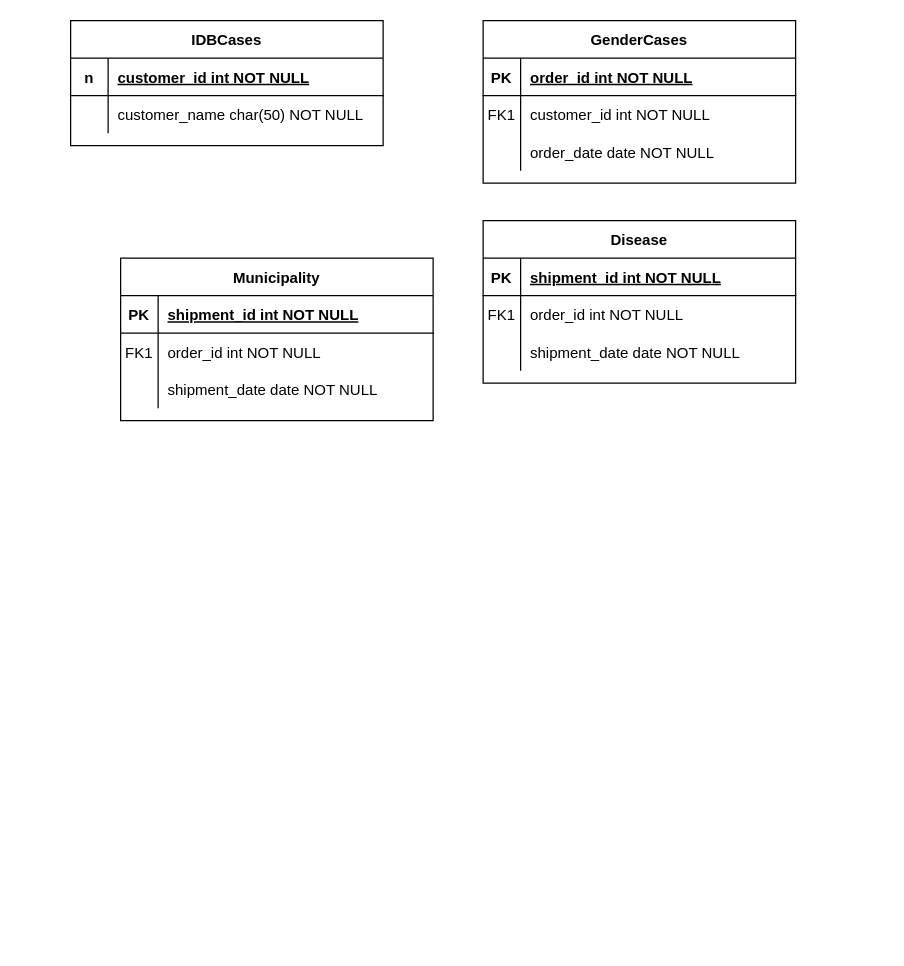
The draw.io diagram Assignment XIV - Final Project.drawio in Katt9/Database-Design-for-Information-Organizations, before the edit. Source tidied: cells renumbered, new cells numbered last; positions are measured from the earlier drawing's top-left corner, leaving out a move shared by most shapes. Both pictures are drawn from the tidied source at 125%, with x=0, y=0 at pixel (70, 20).
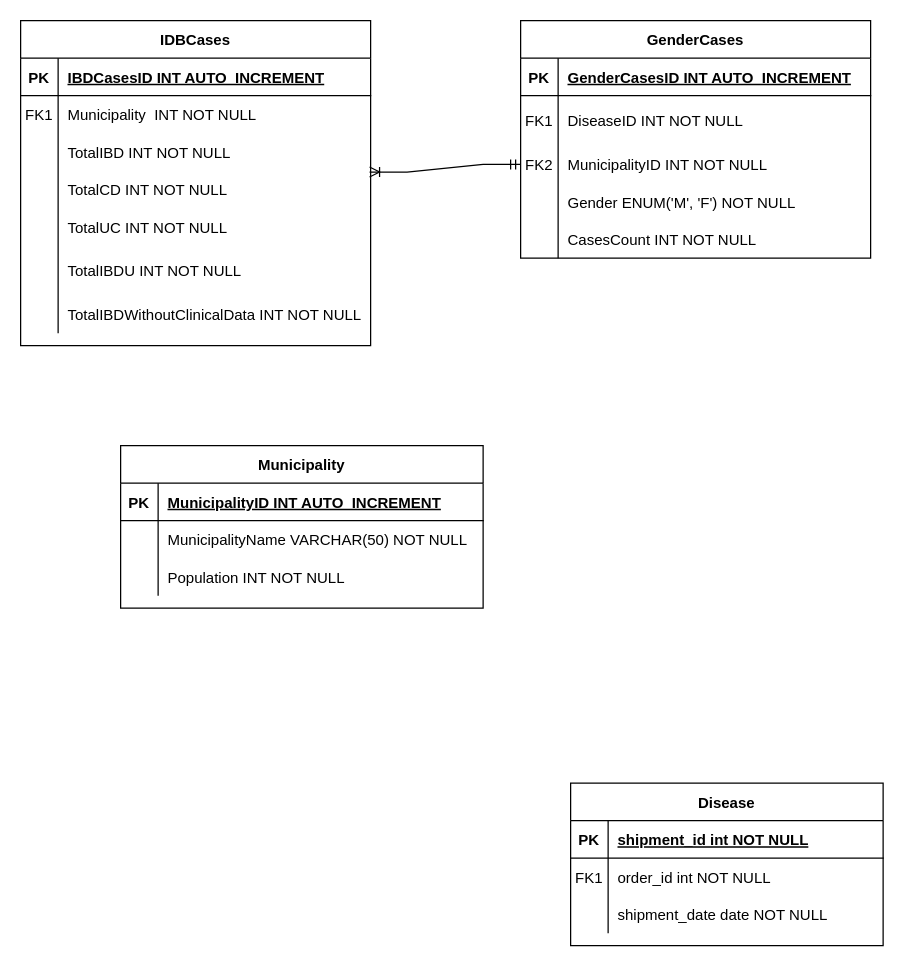
After the change.

The edit, as a diff of the source:
```diff
@@
-    <mxCell id="2" value="GenderCases" style="shape=table;startSize=30;childLayout=tableLayout;rowLines=0;fontStyle=1;align=center;" parent="1" vertex="1">
-      <mxGeometry x="330" width="250" height="130" as="geometry" />
-    </mxCell>
-    <mxCell id="3" style="shape=partialRectangle;fillColor=none;top=0;left=0;right=0;bottom=1;" parent="2" vertex="1">
-      <mxGeometry y="30" width="250" height="30" as="geometry" />
-    </mxCell>
-    <mxCell id="4" value="PK" style="shape=partialRectangle;overflow=hidden;fillColor=none;top=0;left=0;bottom=0;right=0;fontStyle=1;" parent="3" vertex="1">
-      <mxGeometry width="30" height="30" as="geometry" />
-    </mxCell>
-    <mxCell id="5" value="order_id int NOT NULL " style="shape=partialRectangle;overflow=hidden;fillColor=none;top=0;left=0;bottom=0;right=0;align=left;spacingLeft=6;fontStyle=5;" parent="3" vertex="1">
-      <mxGeometry x="30" width="220" height="30" as="geometry" />
-    </mxCell>
-    <mxCell id="6" style="shape=partialRectangle;fillColor=none;top=0;left=0;right=0;bottom=0;" parent="2" vertex="1">
-      <mxGeometry y="60" width="250" height="30" as="geometry" />
-    </mxCell>
-    <mxCell id="7" value="FK1" style="shape=partialRectangle;overflow=hidden;fillColor=none;top=0;left=0;bottom=0;right=0;" parent="6" vertex="1">
-      <mxGeometry width="30" height="30" as="geometry" />
-    </mxCell>
-    <mxCell id="8" value="customer_id int NOT NULL" style="shape=partialRectangle;overflow=hidden;fillColor=none;top=0;left=0;bottom=0;right=0;align=left;spacingLeft=6;" parent="6" vertex="1">
-      <mxGeometry x="30" width="220" height="30" as="geometry" />
-    </mxCell>
-    <mxCell id="9" style="shape=partialRectangle;fillColor=none;points=[[0,0.5],[1,0.5]];portConstraint=eastwest;top=0;left=0;right=0;bottom=0;" parent="2" vertex="1">
-      <mxGeometry y="90" width="250" height="30" as="geometry" />
-    </mxCell>
-    <mxCell id="10" style="shape=partialRectangle;overflow=hidden;fillColor=none;top=0;left=0;bottom=0;right=0;" parent="9" vertex="1">
-      <mxGeometry width="30" height="30" as="geometry" />
-    </mxCell>
-    <mxCell id="11" value="order_date date NOT NULL" style="shape=partialRectangle;overflow=hidden;fillColor=none;top=0;left=0;bottom=0;right=0;align=left;spacingLeft=6;" parent="9" vertex="1">
-      <mxGeometry x="30" width="220" height="30" as="geometry" />
-    </mxCell>
     <mxCell id="12" value="Disease" style="shape=table;startSize=30;childLayout=tableLayout;rowLines=0;fontStyle=1;align=center;" parent="1" vertex="1">
-      <mxGeometry x="330" y="160" width="250" height="130" as="geometry" />
+      <mxGeometry x="400" y="610" width="250" height="130" as="geometry" />
     </mxCell>
@@
     <mxCell id="22" value="IDBCases" style="shape=table;startSize=30;childLayout=tableLayout;rowLines=0;fontStyle=1;align=center;" parent="1" vertex="1">
-      <mxGeometry width="250" height="100" as="geometry" />
+      <mxGeometry x="-40" width="280" height="260" as="geometry" />
     </mxCell>
     <mxCell id="23" style="shape=partialRectangle;fillColor=none;top=0;left=0;right=0;bottom=1;" parent="22" vertex="1">
-      <mxGeometry y="30" width="250" height="30" as="geometry" />
+      <mxGeometry y="30" width="280" height="30" as="geometry" />
     </mxCell>
-    <mxCell id="24" value="n" style="shape=partialRectangle;overflow=hidden;fillColor=none;top=0;left=0;bottom=0;right=0;fontStyle=1;" parent="23" vertex="1">
+    <mxCell id="24" value="PK" style="shape=partialRectangle;overflow=hidden;fillColor=none;top=0;left=0;bottom=0;right=0;fontStyle=1;" parent="23" vertex="1">
       <mxGeometry width="30" height="30" as="geometry" />
     </mxCell>
-    <mxCell id="25" value="customer_id int NOT NULL " style="shape=partialRectangle;overflow=hidden;fillColor=none;top=0;left=0;bottom=0;right=0;align=left;spacingLeft=6;fontStyle=5;" parent="23" vertex="1">
-      <mxGeometry x="30" width="220" height="30" as="geometry" />
+    <mxCell id="25" value="IBDCasesID INT AUTO_INCREMENT" style="shape=partialRectangle;overflow=hidden;fillColor=none;top=0;left=0;bottom=0;right=0;align=left;spacingLeft=6;fontStyle=5;" parent="23" vertex="1">
+      <mxGeometry x="30" width="250" height="30" as="geometry" />
     </mxCell>
     <mxCell id="26" style="shape=partialRectangle;fillColor=none;top=0;left=0;right=0;bottom=0;" parent="22" vertex="1">
-      <mxGeometry y="60" width="250" height="30" as="geometry" />
+      <mxGeometry y="60" width="280" height="30" as="geometry" />
     </mxCell>
-    <mxCell id="27" style="shape=partialRectangle;overflow=hidden;fillColor=none;top=0;left=0;bottom=0;right=0;" parent="26" vertex="1">
+    <mxCell id="27" value="FK1" style="shape=partialRectangle;overflow=hidden;fillColor=none;top=0;left=0;bottom=0;right=0;" parent="26" vertex="1">
       <mxGeometry width="30" height="30" as="geometry" />
     </mxCell>
-    <mxCell id="28" value="customer_name char(50) NOT NULL" style="shape=partialRectangle;overflow=hidden;fillColor=none;top=0;left=0;bottom=0;right=0;align=left;spacingLeft=6;" parent="26" vertex="1">
-      <mxGeometry x="30" width="220" height="30" as="geometry" />
+    <mxCell id="28" value="Municipality  INT NOT NULL" style="shape=partialRectangle;overflow=hidden;fillColor=none;top=0;left=0;bottom=0;right=0;align=left;spacingLeft=6;" parent="26" vertex="1">
+      <mxGeometry x="30" width="250" height="30" as="geometry" />
     </mxCell>
+    <mxCell id="39" style="shape=partialRectangle;fillColor=none;points=[[0,0.5],[1,0.5]];portConstraint=eastwest;top=0;left=0;right=0;bottom=0;" parent="22" vertex="1">
+      <mxGeometry y="90" width="280" height="30" as="geometry" />
+    </mxCell>
+    <mxCell id="40" style="shape=partialRectangle;overflow=hidden;fillColor=none;top=0;left=0;bottom=0;right=0;" parent="39" vertex="1">
+      <mxGeometry width="30" height="30" as="geometry" />
+    </mxCell>
+    <mxCell id="41" value="TotalIBD INT NOT NULL" style="shape=partialRectangle;overflow=hidden;fillColor=none;top=0;left=0;bottom=0;right=0;align=left;spacingLeft=6;" parent="39" vertex="1">
+      <mxGeometry x="30" width="250" height="30" as="geometry" />
+    </mxCell>
+    <mxCell id="42" style="shape=partialRectangle;fillColor=none;top=0;left=0;right=0;bottom=0;" parent="22" vertex="1">
+      <mxGeometry y="120" width="280" height="30" as="geometry" />
+    </mxCell>
+    <mxCell id="43" style="shape=partialRectangle;overflow=hidden;fillColor=none;top=0;left=0;bottom=0;right=0;" parent="42" vertex="1">
+      <mxGeometry width="30" height="30" as="geometry" />
+    </mxCell>
+    <mxCell id="44" value="TotalCD INT NOT NULL" style="shape=partialRectangle;overflow=hidden;fillColor=none;top=0;left=0;bottom=0;right=0;align=left;spacingLeft=6;" parent="42" vertex="1">
+      <mxGeometry x="30" width="250" height="30" as="geometry" />
+    </mxCell>
+    <mxCell id="45" style="shape=partialRectangle;fillColor=none;top=0;left=0;right=0;bottom=0;" parent="22" vertex="1">
+      <mxGeometry y="150" width="280" height="30" as="geometry" />
+    </mxCell>
+    <mxCell id="46" style="shape=partialRectangle;overflow=hidden;fillColor=none;top=0;left=0;bottom=0;right=0;" parent="45" vertex="1">
+      <mxGeometry width="30" height="30" as="geometry" />
+    </mxCell>
+    <mxCell id="47" value="TotalUC INT NOT NULL" style="shape=partialRectangle;overflow=hidden;fillColor=none;top=0;left=0;bottom=0;right=0;align=left;spacingLeft=6;" parent="45" vertex="1">
+      <mxGeometry x="30" width="250" height="30" as="geometry" />
+    </mxCell>
+    <mxCell id="48" style="shape=partialRectangle;fillColor=none;top=0;left=0;right=0;bottom=0;" parent="22" vertex="1">
+      <mxGeometry y="180" width="280" height="40" as="geometry" />
+    </mxCell>
+    <mxCell id="49" style="shape=partialRectangle;overflow=hidden;fillColor=none;top=0;left=0;bottom=0;right=0;" parent="48" vertex="1">
+      <mxGeometry width="30" height="40" as="geometry" />
+    </mxCell>
+    <mxCell id="50" value="TotalIBDU INT NOT NULL" style="shape=partialRectangle;overflow=hidden;fillColor=none;top=0;left=0;bottom=0;right=0;align=left;spacingLeft=6;" parent="48" vertex="1">
+      <mxGeometry x="30" width="250" height="40" as="geometry" />
+    </mxCell>
+    <mxCell id="51" style="shape=partialRectangle;fillColor=none;top=0;left=0;right=0;bottom=0;" parent="22" vertex="1">
+      <mxGeometry y="220" width="280" height="30" as="geometry" />
+    </mxCell>
+    <mxCell id="52" style="shape=partialRectangle;overflow=hidden;fillColor=none;top=0;left=0;bottom=0;right=0;" parent="51" vertex="1">
+      <mxGeometry width="30" height="30" as="geometry" />
+    </mxCell>
+    <mxCell id="53" value="TotalIBDWithoutClinicalData INT NOT NULL" style="shape=partialRectangle;overflow=hidden;fillColor=none;top=0;left=0;bottom=0;right=0;align=left;spacingLeft=6;" parent="51" vertex="1">
+      <mxGeometry x="30" width="250" height="30" as="geometry" />
+    </mxCell>
     <mxCell id="29" value="Municipality" style="shape=table;startSize=30;childLayout=tableLayout;rowLines=0;fontStyle=1;align=center;" parent="1" vertex="1">
-      <mxGeometry x="40" y="190" width="250" height="130" as="geometry" />
+      <mxGeometry x="40" y="340" width="290" height="130" as="geometry" />
     </mxCell>
     <mxCell id="30" style="shape=partialRectangle;fillColor=none;top=0;left=0;right=0;bottom=1;" parent="29" vertex="1">
-      <mxGeometry y="30" width="250" height="30" as="geometry" />
+      <mxGeometry y="30" width="290" height="30" as="geometry" />
     </mxCell>
@@
-    <mxCell id="32" value="shipment_id int NOT NULL " style="shape=partialRectangle;overflow=hidden;fillColor=none;top=0;left=0;bottom=0;right=0;align=left;spacingLeft=6;fontStyle=5;" parent="30" vertex="1">
-      <mxGeometry x="30" width="220" height="30" as="geometry" />
+    <mxCell id="32" value="MunicipalityID INT AUTO_INCREMENT" style="shape=partialRectangle;overflow=hidden;fillColor=none;top=0;left=0;bottom=0;right=0;align=left;spacingLeft=6;fontStyle=5;" parent="30" vertex="1">
+      <mxGeometry x="30" width="260" height="30" as="geometry" />
     </mxCell>
     <mxCell id="33" style="shape=partialRectangle;fillColor=none;top=0;left=0;right=0;bottom=0;" parent="29" vertex="1">
-      <mxGeometry y="60" width="250" height="30" as="geometry" />
+      <mxGeometry y="60" width="290" height="30" as="geometry" />
     </mxCell>
-    <mxCell id="34" value="FK1" style="shape=partialRectangle;overflow=hidden;fillColor=none;top=0;left=0;bottom=0;right=0;" parent="33" vertex="1">
+    <mxCell id="34" style="shape=partialRectangle;overflow=hidden;fillColor=none;top=0;left=0;bottom=0;right=0;" parent="33" vertex="1">
       <mxGeometry width="30" height="30" as="geometry" />
     </mxCell>
-    <mxCell id="35" value="order_id int NOT NULL" style="shape=partialRectangle;overflow=hidden;fillColor=none;top=0;left=0;bottom=0;right=0;align=left;spacingLeft=6;" parent="33" vertex="1">
-      <mxGeometry x="30" width="220" height="30" as="geometry" />
+    <mxCell id="35" value="MunicipalityName VARCHAR(50) NOT NULL" style="shape=partialRectangle;overflow=hidden;fillColor=none;top=0;left=0;bottom=0;right=0;align=left;spacingLeft=6;" parent="33" vertex="1">
+      <mxGeometry x="30" width="260" height="30" as="geometry" />
     </mxCell>
     <mxCell id="36" style="shape=partialRectangle;fillColor=none;top=0;left=0;right=0;bottom=0;" parent="29" vertex="1">
-      <mxGeometry y="90" width="250" height="30" as="geometry" />
+      <mxGeometry y="90" width="290" height="30" as="geometry" />
     </mxCell>
@@
-    <mxCell id="38" value="shipment_date date NOT NULL" style="shape=partialRectangle;overflow=hidden;fillColor=none;top=0;left=0;bottom=0;right=0;align=left;spacingLeft=6;" parent="36" vertex="1">
-      <mxGeometry x="30" width="220" height="30" as="geometry" />
+    <mxCell id="38" value="Population INT NOT NULL" style="shape=partialRectangle;overflow=hidden;fillColor=none;top=0;left=0;bottom=0;right=0;align=left;spacingLeft=6;" parent="36" vertex="1">
+      <mxGeometry x="30" width="260" height="30" as="geometry" />
     </mxCell>
+    <mxCell id="54" style="edgeStyle=entityRelationEdgeStyle;fontSize=12;html=1;endArrow=ERoneToMany;startArrow=ERmandOne;rounded=0;entryX=0.997;entryY=1.037;entryDx=0;entryDy=0;exitX=0;exitY=0.5;exitDx=0;exitDy=0;entryPerimeter=0;" parent="1" edge="1" source="9" target="39">
+      <mxGeometry relative="1" as="geometry" />
+    </mxCell>
+    <mxCell id="2" value="GenderCases" style="shape=table;startSize=30;childLayout=tableLayout;rowLines=0;fontStyle=1;align=center;" parent="1" vertex="1">
+      <mxGeometry x="360" width="280" height="190" as="geometry" />
+    </mxCell>
+    <mxCell id="3" style="shape=partialRectangle;fillColor=none;top=0;left=0;right=0;bottom=1;" parent="2" vertex="1">
+      <mxGeometry y="30" width="280" height="30" as="geometry" />
+    </mxCell>
+    <mxCell id="4" value="PK" style="shape=partialRectangle;overflow=hidden;fillColor=none;top=0;left=0;bottom=0;right=0;fontStyle=1;" parent="3" vertex="1">
+      <mxGeometry width="30" height="30" as="geometry" />
+    </mxCell>
+    <mxCell id="5" value="GenderCasesID INT AUTO_INCREMENT" style="shape=partialRectangle;overflow=hidden;fillColor=none;top=0;left=0;bottom=0;right=0;align=left;spacingLeft=6;fontStyle=5;" parent="3" vertex="1">
+      <mxGeometry x="30" width="250" height="30" as="geometry" />
+    </mxCell>
+    <mxCell id="6" style="shape=partialRectangle;fillColor=none;top=0;left=0;right=0;bottom=0;" parent="2" vertex="1">
+      <mxGeometry y="60" width="280" height="40" as="geometry" />
+    </mxCell>
+    <mxCell id="7" value="FK1" style="shape=partialRectangle;overflow=hidden;fillColor=none;top=0;left=0;bottom=0;right=0;" parent="6" vertex="1">
+      <mxGeometry width="30" height="40" as="geometry" />
+    </mxCell>
+    <mxCell id="8" value="DiseaseID INT NOT NULL" style="shape=partialRectangle;overflow=hidden;fillColor=none;top=0;left=0;bottom=0;right=0;align=left;spacingLeft=6;" parent="6" vertex="1">
+      <mxGeometry x="30" width="250" height="40" as="geometry" />
+    </mxCell>
+    <mxCell id="9" style="shape=partialRectangle;fillColor=none;points=[[0,0.5],[1,0.5]];portConstraint=eastwest;top=0;left=0;right=0;bottom=0;" parent="2" vertex="1">
+      <mxGeometry y="100" width="280" height="30" as="geometry" />
+    </mxCell>
+    <mxCell id="10" value="FK2" style="shape=partialRectangle;overflow=hidden;fillColor=none;top=0;left=0;bottom=0;right=0;" parent="9" vertex="1">
+      <mxGeometry width="30" height="30" as="geometry" />
+    </mxCell>
+    <mxCell id="11" value="MunicipalityID INT NOT NULL" style="shape=partialRectangle;overflow=hidden;fillColor=none;top=0;left=0;bottom=0;right=0;align=left;spacingLeft=6;" parent="9" vertex="1">
+      <mxGeometry x="30" width="250" height="30" as="geometry" />
+    </mxCell>
+    <mxCell id="55" style="shape=partialRectangle;fillColor=none;top=0;left=0;right=0;bottom=0;" parent="2" vertex="1">
+      <mxGeometry y="130" width="280" height="30" as="geometry" />
+    </mxCell>
+    <mxCell id="56" style="shape=partialRectangle;overflow=hidden;fillColor=none;top=0;left=0;bottom=0;right=0;" parent="55" vertex="1">
+      <mxGeometry width="30" height="30" as="geometry" />
+    </mxCell>
+    <mxCell id="57" value="Gender ENUM('M', 'F') NOT NULL" style="shape=partialRectangle;overflow=hidden;fillColor=none;top=0;left=0;bottom=0;right=0;align=left;spacingLeft=6;" parent="55" vertex="1">
+      <mxGeometry x="30" width="250" height="30" as="geometry" />
+    </mxCell>
+    <mxCell id="58" style="shape=partialRectangle;fillColor=none;top=0;left=0;right=0;bottom=0;" parent="2" vertex="1">
+      <mxGeometry y="160" width="280" height="30" as="geometry" />
+    </mxCell>
+    <mxCell id="59" style="shape=partialRectangle;overflow=hidden;fillColor=none;top=0;left=0;bottom=0;right=0;" parent="58" vertex="1">
+      <mxGeometry width="30" height="30" as="geometry" />
+    </mxCell>
+    <mxCell id="60" value="CasesCount INT NOT NULL" style="shape=partialRectangle;overflow=hidden;fillColor=none;top=0;left=0;bottom=0;right=0;align=left;spacingLeft=6;" parent="58" vertex="1">
+      <mxGeometry x="30" width="250" height="30" as="geometry" />
+    </mxCell>
```
